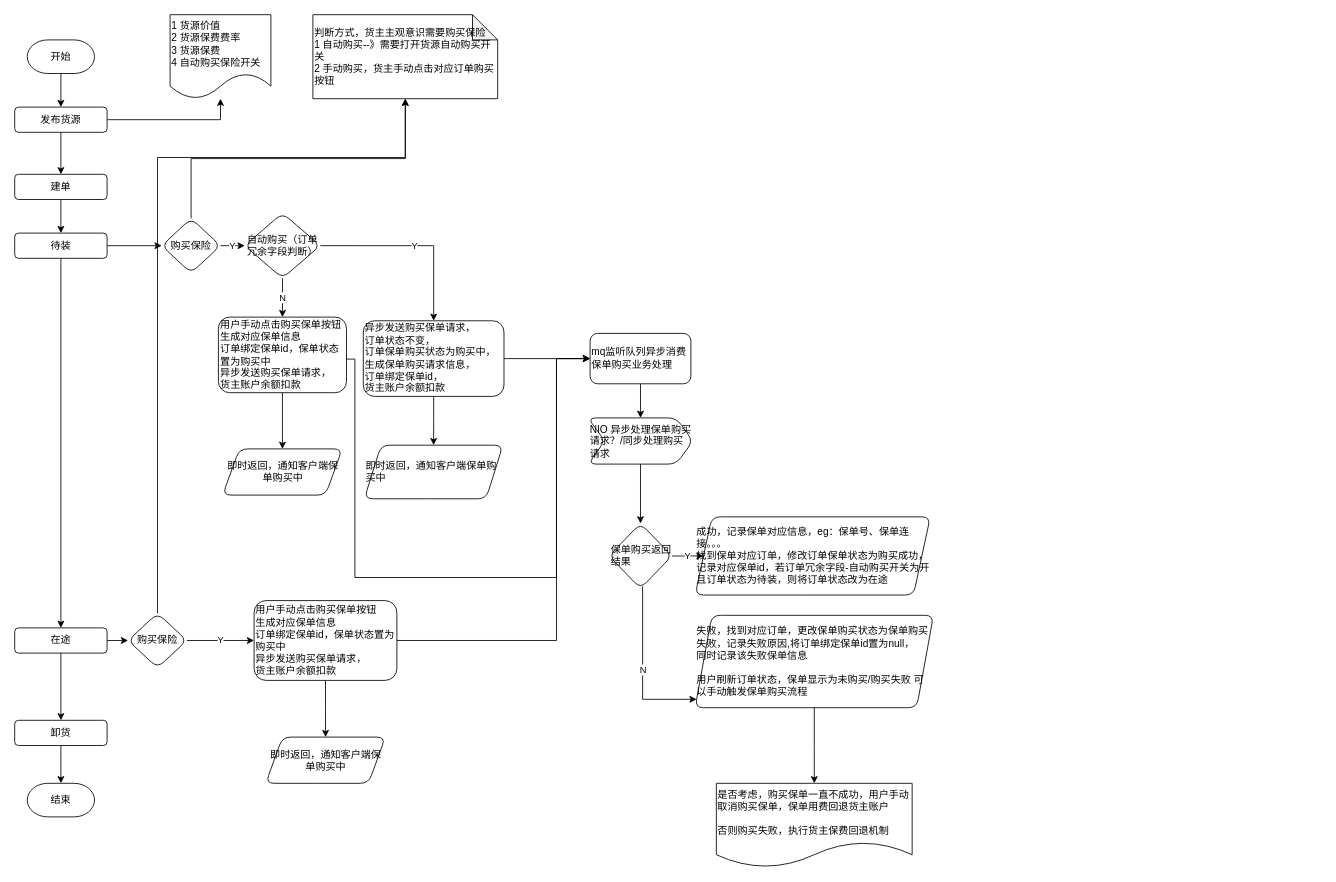
Earlier version of the draw.io diagram img/保险单v2.drawio (aluohe/aluohe_img). Source tidied: cells renumbered, new cells numbered last; positions are measured from the earlier drawing's top-left corner, leaving out a move shared by most shapes. Both pictures are drawn from the tidied source at 84%, with x=0, y=0 at pixel (14, 14).
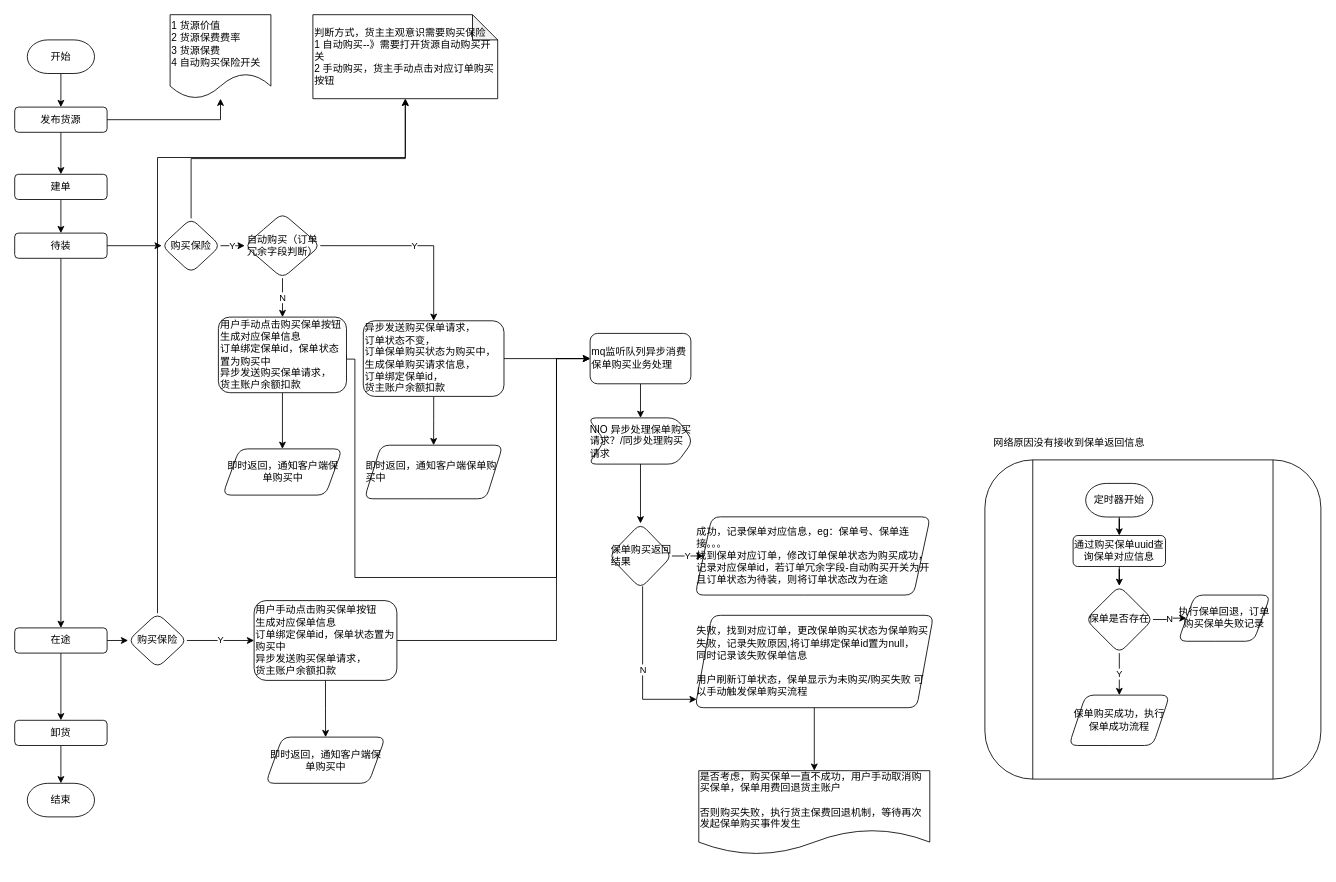
After the change.

Commit message:
更新保险单v2.drawio

What changed in the source:
```diff
@@
-    <mxCell id="48" value="是否考虑，购买保单一直不成功，用户手动取消购买保单，保单用费回退货主账户&lt;br&gt;&lt;br&gt;否则购买失败，执行货主保费回退机制" style="shape=document;whiteSpace=wrap;html=1;boundedLbl=1;rounded=1;shadow=0;align=left;strokeWidth=1;glass=0;sketch=0;" parent="1" vertex="1">
-      <mxGeometry x="835.3" y="915" width="233.1" height="100" as="geometry" />
+    <mxCell id="48" value="是否考虑，购买保单一直不成功，用户手动取消购买保单，保单用费回退货主账户&lt;br&gt;&lt;br&gt;否则购买失败，执行货主保费回退机制，等待再次发起保单购买事件发生" style="shape=document;whiteSpace=wrap;html=1;boundedLbl=1;rounded=1;shadow=0;align=left;strokeWidth=1;glass=0;sketch=0;" parent="1" vertex="1">
+      <mxGeometry x="814.4" y="900" width="275" height="100" as="geometry" />
     </mxCell>
@@
+    <mxCell id="52" style="shape=process;whiteSpace=wrap;html=1;backgroundOutline=1;rounded=1;shadow=0;align=left;strokeWidth=1;glass=0;sketch=0;" parent="1" vertex="1">
+      <mxGeometry x="1155" y="530" width="400" height="380" as="geometry" />
+    </mxCell>
+    <mxCell id="53" style="edgeStyle=orthogonalEdgeStyle;rounded=0;jettySize=auto;html=1;" parent="1" edge="1" source="54" target="57">
+      <mxGeometry relative="1" as="geometry" />
+    </mxCell>
+    <mxCell id="54" value="定时器开始" style="strokeWidth=1;html=1;shape=mxgraph.flowchart.terminator;whiteSpace=wrap;rounded=1;shadow=0;glass=0;sketch=0;perimeterSpacing=0;" parent="1" vertex="1">
+      <mxGeometry x="1275" y="558" width="80" height="40" as="geometry" />
+    </mxCell>
+    <mxCell id="55" value="网络原因没有接收到保单返回信息" style="text;html=1;align=center;verticalAlign=middle;" parent="1" vertex="1">
+      <mxGeometry x="1155" y="500" width="200" height="20" as="geometry" />
+    </mxCell>
+    <mxCell id="56" style="edgeStyle=orthogonalEdgeStyle;rounded=0;jettySize=auto;html=1;" parent="1" edge="1" source="57" target="60">
+      <mxGeometry relative="1" as="geometry" />
+    </mxCell>
+    <mxCell id="57" value="通过购买保单uuid查询保单对应信息" style="whiteSpace=wrap;html=1;rounded=1;shadow=0;strokeWidth=1;glass=0;sketch=0;" parent="1" vertex="1">
+      <mxGeometry x="1260" y="620" width="110" height="36.9" as="geometry" />
+    </mxCell>
+    <mxCell id="58" value="N" style="edgeStyle=orthogonalEdgeStyle;rounded=0;jettySize=auto;html=1;" parent="1" edge="1" source="60" target="61">
+      <mxGeometry relative="1" as="geometry" />
+    </mxCell>
+    <mxCell id="59" value="Y" style="edgeStyle=orthogonalEdgeStyle;rounded=0;jettySize=auto;html=1;" parent="1" edge="1" source="60" target="62">
+      <mxGeometry relative="1" as="geometry" />
+    </mxCell>
+    <mxCell id="60" value="保单是否存在" style="rhombus;whiteSpace=wrap;html=1;rounded=1;shadow=0;strokeWidth=1;glass=0;sketch=0;" parent="1" vertex="1">
+      <mxGeometry x="1275" y="680" width="80" height="80" as="geometry" />
+    </mxCell>
+    <mxCell id="61" value="执行保单回退，订单购买保单失败记录" style="shape=parallelogram;perimeter=parallelogramPerimeter;whiteSpace=wrap;html=1;fixedSize=1;rounded=1;shadow=0;strokeWidth=1;glass=0;sketch=0;" parent="1" vertex="1">
+      <mxGeometry x="1385" y="690.9" width="110" height="55" as="geometry" />
+    </mxCell>
+    <mxCell id="62" value="保单购买成功，执行保单成功流程" style="shape=parallelogram;perimeter=parallelogramPerimeter;whiteSpace=wrap;html=1;fixedSize=1;rounded=1;shadow=0;strokeWidth=1;glass=0;sketch=0;" parent="1" vertex="1">
+      <mxGeometry x="1255" y="810" width="120" height="60" as="geometry" />
+    </mxCell>
```
